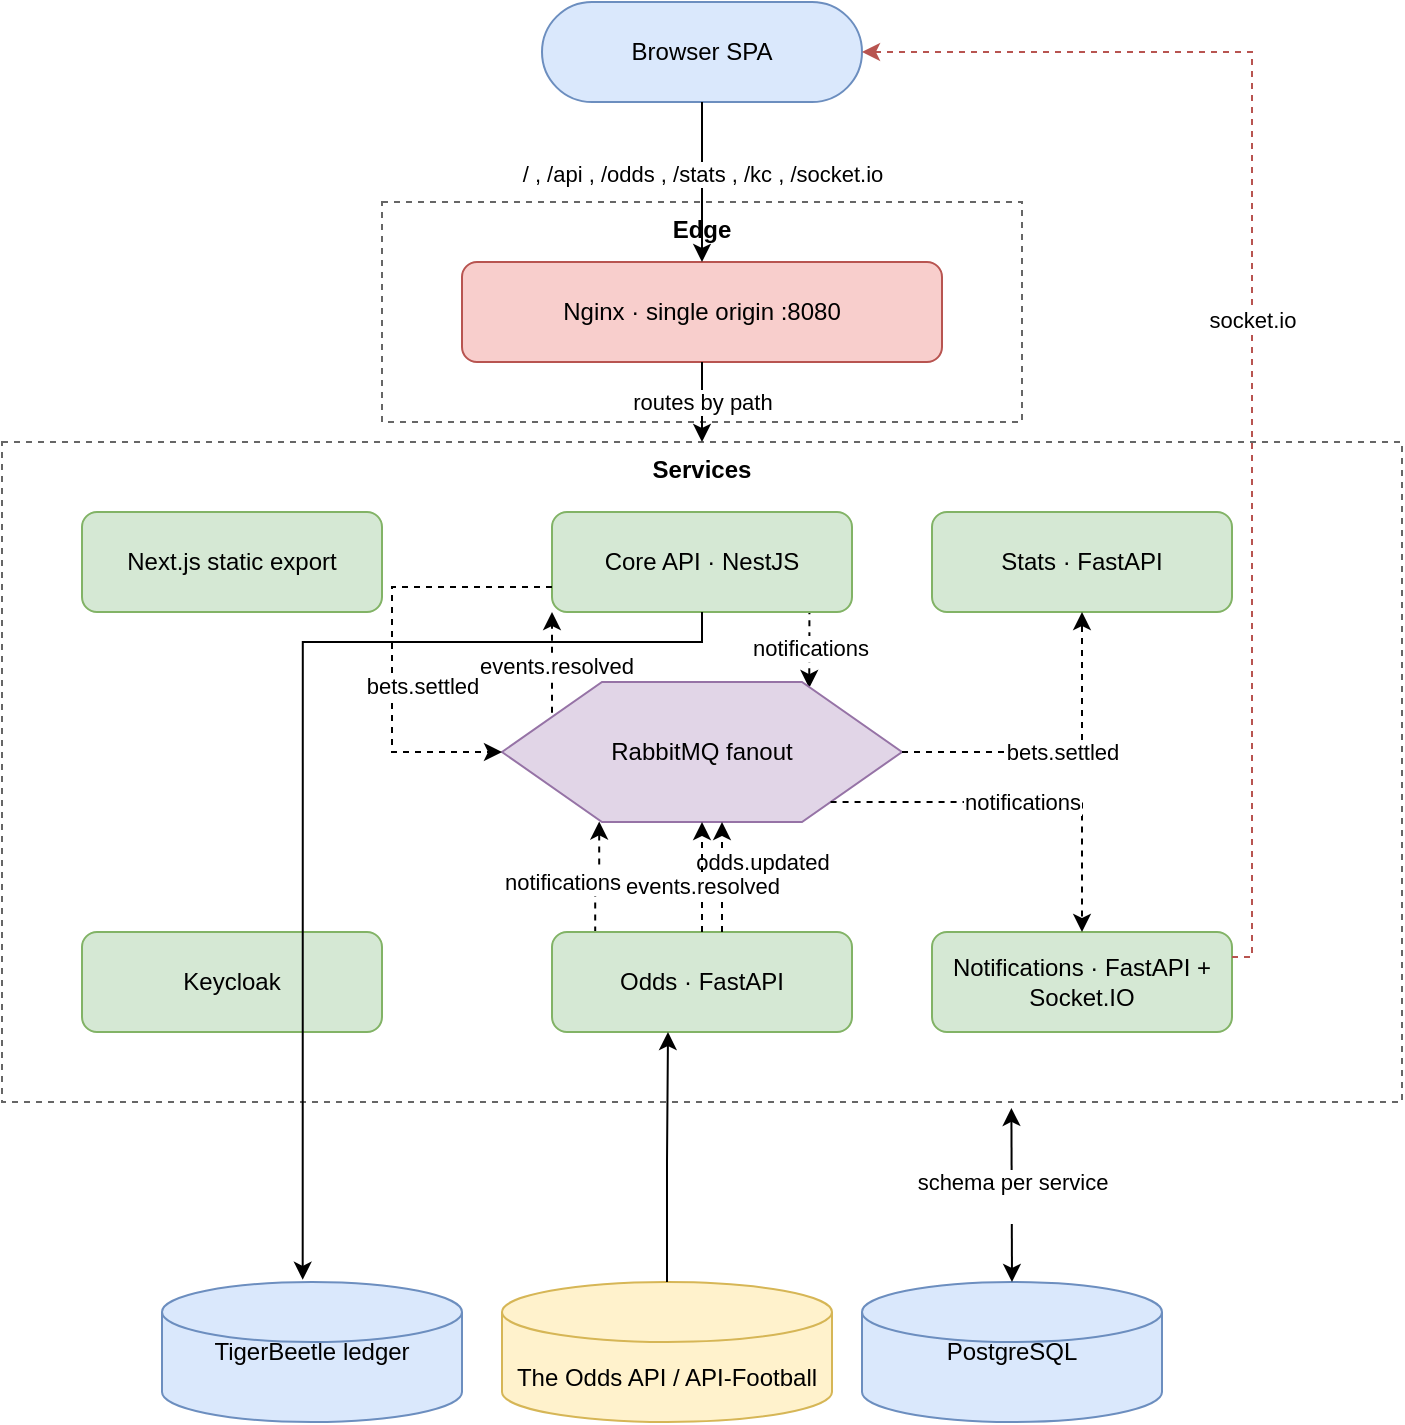
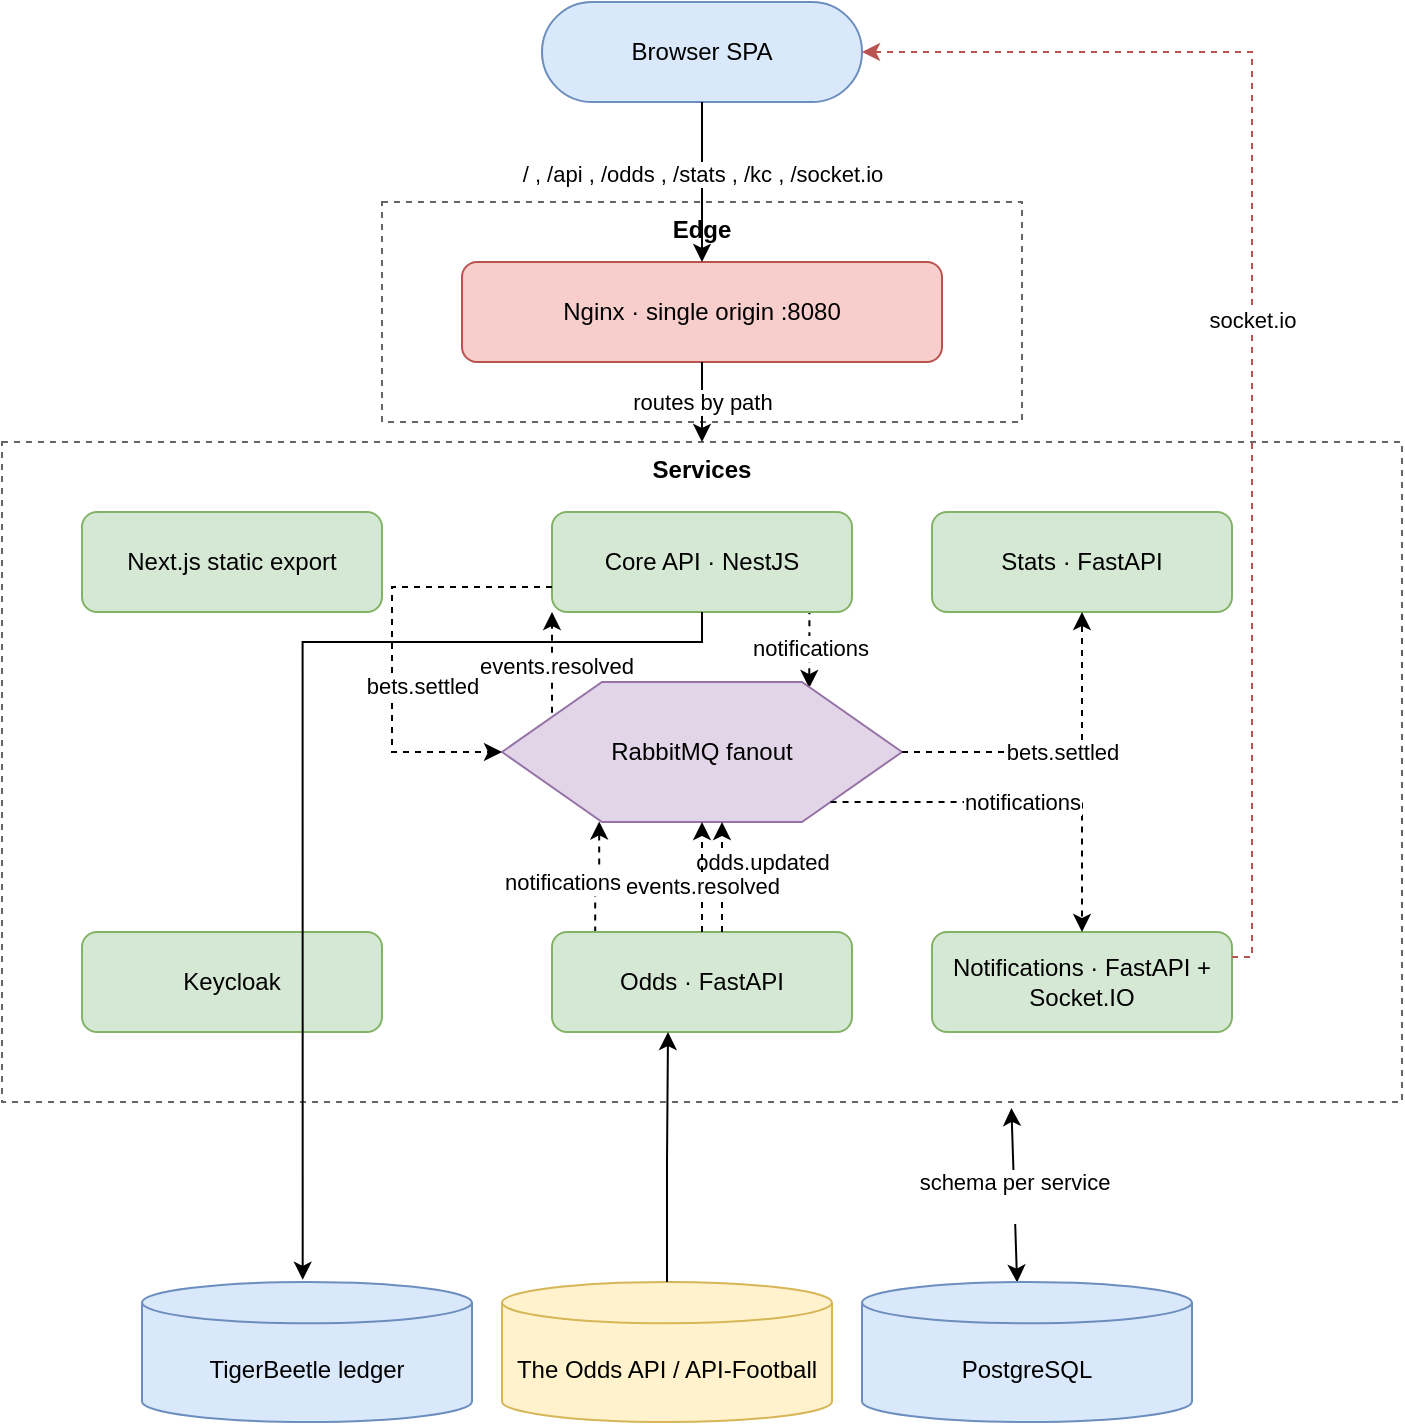
<mxfile host="app.diagrams.net" agent="Claude">
  <diagram name="Architecture" id="arch1">
-     <mxGraphModel dx="1664" dy="915" grid="1" gridSize="10" guides="1" tooltips="1" connect="1" arrows="1" fold="1" page="1" pageScale="1" pageWidth="1600" pageHeight="1100" math="0" shadow="0">
+     <mxGraphModel dx="566" dy="311" grid="1" gridSize="10" guides="1" tooltips="1" connect="1" arrows="1" fold="1" page="1" pageScale="1" pageWidth="1600" pageHeight="1100" math="0" shadow="0">
      <root>
        <mxCell id="0" />
        <mxCell id="1" parent="0" />
        <mxCell id="browser" parent="1" style="rounded=1;arcSize=50;whiteSpace=wrap;html=1;fillColor=#dae8fc;strokeColor=#6c8ebf;" value="Browser SPA" vertex="1">
          <mxGeometry height="50" width="160" x="600" y="40" as="geometry" />
        </mxCell>
        <mxCell id="edgeGroup" parent="1" style="rounded=0;whiteSpace=wrap;html=1;verticalAlign=top;fillColor=none;strokeColor=#666666;dashed=1;fontStyle=1" value="Edge" vertex="1">
          <mxGeometry height="110" width="320" x="520" y="140" as="geometry" />
        </mxCell>
        <mxCell id="nginx" parent="1" style="rounded=1;whiteSpace=wrap;html=1;fillColor=#f8cecc;strokeColor=#b85450;" value="Nginx · single origin :8080" vertex="1">
          <mxGeometry height="50" width="240" x="560" y="170" as="geometry" />
        </mxCell>
        <mxCell id="servicesGroup" parent="1" style="rounded=0;whiteSpace=wrap;html=1;verticalAlign=top;fillColor=none;strokeColor=#666666;dashed=1;fontStyle=1;recursiveResize=0;movable=0;resizable=1;" value="Services" vertex="1">
          <mxGeometry height="330" width="700" x="330" y="260" as="geometry" />
        </mxCell>
        <mxCell id="e10" edge="1" parent="servicesGroup" source="odds" style="edgeStyle=orthogonalEdgeStyle;rounded=0;html=1;dashed=1;exitX=0.144;exitY=0.006;exitDx=0;exitDy=0;exitPerimeter=0;entryX=0.243;entryY=0.996;entryDx=0;entryDy=0;entryPerimeter=0;" target="mq" value="notifications">
          <mxGeometry relative="1" x="-0.1209" y="17" as="geometry">
            <mxPoint as="offset" />
            <Array as="points" />
            <mxPoint x="450.0000000000002" y="60" as="sourcePoint" />
            <mxPoint x="455" y="140" as="targetPoint" />
          </mxGeometry>
        </mxCell>
        <mxCell id="Vqhqf5_8XMVjV51O78ap-2" edge="1" parent="servicesGroup" source="core" style="edgeStyle=orthogonalEdgeStyle;rounded=0;html=1;dashed=1;entryX=0.768;entryY=0.043;entryDx=0;entryDy=0;entryPerimeter=0;exitX=0.858;exitY=0.963;exitDx=0;exitDy=0;exitPerimeter=0;" target="mq" value="notifications">
          <mxGeometry relative="1" as="geometry">
            <Array as="points" />
            <mxPoint x="285" y="120" as="sourcePoint" />
            <mxPoint x="338" y="40" as="targetPoint" />
          </mxGeometry>
        </mxCell>
        <mxCell id="Vqhqf5_8XMVjV51O78ap-3" edge="1" parent="servicesGroup" source="mq" style="edgeStyle=orthogonalEdgeStyle;rounded=0;html=1;dashed=1;entryX=0;entryY=1;entryDx=0;entryDy=0;exitX=0.116;exitY=0.28;exitDx=0;exitDy=0;exitPerimeter=0;" target="core" value="events.resolved">
          <mxGeometry relative="1" x="0.049" y="-2" as="geometry">
            <mxPoint as="offset" />
            <Array as="points">
              <mxPoint x="275" y="140" />
            </Array>
            <mxPoint x="290" y="30" as="sourcePoint" />
            <mxPoint x="355" y="110" as="targetPoint" />
          </mxGeometry>
        </mxCell>
        <mxCell id="stats" parent="servicesGroup" style="rounded=1;whiteSpace=wrap;html=1;fillColor=#d5e8d4;strokeColor=#82b366;" value="Stats · FastAPI" vertex="1">
          <mxGeometry height="50" width="150" x="465" y="35" as="geometry" />
        </mxCell>
        <mxCell id="notif" parent="servicesGroup" style="rounded=1;whiteSpace=wrap;html=1;fillColor=#d5e8d4;strokeColor=#82b366;" value="Notifications · FastAPI + Socket.IO" vertex="1">
          <mxGeometry height="50" width="150" x="465" y="245" as="geometry" />
        </mxCell>
        <mxCell id="odds" parent="servicesGroup" style="rounded=1;whiteSpace=wrap;html=1;fillColor=#d5e8d4;strokeColor=#82b366;" value="Odds · FastAPI" vertex="1">
          <mxGeometry height="50" width="150" x="275" y="245" as="geometry" />
        </mxCell>
        <mxCell id="mq" parent="servicesGroup" style="shape=hexagon;perimeter=hexagonPerimeter2;whiteSpace=wrap;html=1;fillColor=#e1d5e7;strokeColor=#9673a6;" value="RabbitMQ fanout" vertex="1">
          <mxGeometry height="70" width="200" x="250" y="120" as="geometry" />
        </mxCell>
        <mxCell id="core" parent="servicesGroup" style="rounded=1;whiteSpace=wrap;html=1;fillColor=#d5e8d4;strokeColor=#82b366;" value="Core API · NestJS" vertex="1">
          <mxGeometry height="50" width="150" x="275" y="35" as="geometry" />
        </mxCell>
        <mxCell id="fe" parent="servicesGroup" style="rounded=1;whiteSpace=wrap;html=1;fillColor=#d5e8d4;strokeColor=#82b366;" value="Next.js static export" vertex="1">
          <mxGeometry height="50" width="150" x="40" y="35" as="geometry" />
        </mxCell>
        <mxCell id="kc" parent="servicesGroup" style="rounded=1;whiteSpace=wrap;html=1;fillColor=#d5e8d4;strokeColor=#82b366;" value="Keycloak" vertex="1">
          <mxGeometry height="50" width="150" x="40" y="245" as="geometry" />
        </mxCell>
-         <mxCell id="oddsapi" parent="1" style="shape=cylinder3;whiteSpace=wrap;html=1;fillColor=#fff2cc;strokeColor=#d6b656;boundedLbl=1;" value="The Odds API / API-Football" vertex="1">
+         <mxCell id="oddsapi" parent="1" style="shape=cylinder3;html=1;fillColor=#fff2cc;strokeColor=#d6b656;boundedLbl=1;movable=1;resizable=1;rotatable=1;deletable=1;editable=1;locked=0;connectable=1;whiteSpace=wrap;size=10.293310546874977;" value="The Odds API / API-Football" vertex="1">
          <mxGeometry height="70" width="165" x="580" y="680" as="geometry" />
-         </mxCell>
-         <mxCell id="pg" parent="1" style="shape=cylinder3;whiteSpace=wrap;html=1;fillColor=#dae8fc;strokeColor=#6c8ebf;" value="PostgreSQL" vertex="1">
-           <mxGeometry height="70" width="150" x="760" y="680" as="geometry" />
-         </mxCell>
-         <mxCell id="tb" parent="1" style="shape=cylinder3;whiteSpace=wrap;html=1;fillColor=#dae8fc;strokeColor=#6c8ebf;" value="TigerBeetle ledger" vertex="1">
-           <mxGeometry height="70" width="150" x="410" y="680" as="geometry" />
        </mxCell>
        <mxCell id="e1" edge="1" parent="1" source="browser" style="edgeStyle=orthogonalEdgeStyle;rounded=0;html=1;" target="nginx">
          <mxGeometry relative="1" as="geometry" />
        </mxCell>
        <mxCell id="e1l" connectable="0" parent="e1" style="edgeLabel;html=1;align=center;verticalAlign=middle;resizable=0;points=[];" value="/ , /api , /odds , /stats , /kc , /socket.io" vertex="1">
          <mxGeometry relative="1" x="-0.1" as="geometry">
            <mxPoint as="offset" />
          </mxGeometry>
        </mxCell>
        <mxCell id="e2" edge="1" parent="1" source="nginx" style="edgeStyle=orthogonalEdgeStyle;rounded=0;html=1;" target="servicesGroup" value="routes by path">
          <mxGeometry relative="1" as="geometry" />
        </mxCell>
        <mxCell id="e22" edge="1" parent="1" source="notif" style="edgeStyle=orthogonalEdgeStyle;rounded=0;html=1;dashed=1;strokeColor=#b85450;exitX=1;exitY=0.25;exitDx=0;exitDy=0;entryX=1;entryY=0.5;entryDx=0;entryDy=0;" target="browser" value="socket.io">
          <mxGeometry relative="1" as="geometry" />
        </mxCell>
        <mxCell id="e8" edge="1" parent="1" source="odds" style="edgeStyle=orthogonalEdgeStyle;rounded=0;html=1;dashed=1;" target="mq" value="odds.updated">
          <mxGeometry relative="1" x="0.2727" y="-20" as="geometry">
            <mxPoint as="offset" />
            <Array as="points">
              <mxPoint x="690" y="480" />
              <mxPoint x="690" y="480" />
            </Array>
          </mxGeometry>
        </mxCell>
        <mxCell id="e9" edge="1" parent="1" source="odds" style="edgeStyle=orthogonalEdgeStyle;rounded=0;html=1;dashed=1;" target="mq" value="events.resolved">
          <mxGeometry relative="1" x="-0.1708" as="geometry">
            <mxPoint as="offset" />
            <Array as="points">
              <mxPoint x="710" y="535" />
            </Array>
          </mxGeometry>
        </mxCell>
        <mxCell id="e11" edge="1" parent="1" source="core" style="edgeStyle=orthogonalEdgeStyle;rounded=0;html=1;dashed=1;exitX=0;exitY=0.75;exitDx=0;exitDy=0;" target="mq" value="bets.settled">
          <mxGeometry relative="1" x="0.1899" y="15" as="geometry">
            <mxPoint as="offset" />
            <Array as="points">
              <mxPoint x="525" y="333" />
              <mxPoint x="525" y="415" />
            </Array>
          </mxGeometry>
        </mxCell>
        <mxCell id="e14" edge="1" parent="1" source="mq" style="edgeStyle=orthogonalEdgeStyle;rounded=0;html=1;dashed=1;" target="stats" value="bets.settled">
          <mxGeometry relative="1" as="geometry" />
        </mxCell>
        <mxCell id="e15" edge="1" parent="1" source="mq" style="edgeStyle=orthogonalEdgeStyle;rounded=0;html=1;dashed=1;" target="notif" value="notifications">
          <mxGeometry relative="1" as="geometry">
            <Array as="points">
              <mxPoint x="745" y="440" />
              <mxPoint x="1055" y="440" />
            </Array>
          </mxGeometry>
        </mxCell>
        <mxCell id="e21" edge="1" parent="1" source="oddsapi" style="edgeStyle=orthogonalEdgeStyle;rounded=0;html=1;" target="odds">
          <mxGeometry relative="1" as="geometry">
            <Array as="points">
              <mxPoint x="663" y="620" />
              <mxPoint x="663" y="620" />
            </Array>
          </mxGeometry>
        </mxCell>
-         <mxCell id="Vqhqf5_8XMVjV51O78ap-1" edge="1" parent="1" source="pg" style="endArrow=classic;html=1;rounded=0;entryX=0.721;entryY=1.009;entryDx=0;entryDy=0;exitX=0.5;exitY=0;exitDx=0;exitDy=0;exitPerimeter=0;startArrow=classic;startFill=1;entryPerimeter=0;" target="servicesGroup" value="&lt;div&gt;schema per service&lt;/div&gt;&lt;div&gt;&lt;br&gt;&lt;/div&gt;">
+         <mxCell id="Vqhqf5_8XMVjV51O78ap-1" edge="1" parent="1" source="Vqhqf5_8XMVjV51O78ap-7" style="endArrow=classic;html=1;rounded=0;entryX=0.721;entryY=1.009;entryDx=0;entryDy=0;exitX=0.47;exitY=0.004;exitDx=0;exitDy=0;exitPerimeter=0;startArrow=classic;startFill=1;entryPerimeter=0;" target="servicesGroup" value="&lt;div&gt;schema per service&lt;/div&gt;&lt;div&gt;&lt;br&gt;&lt;/div&gt;">
          <mxGeometry height="50" relative="1" width="50" as="geometry">
            <Array as="points" />
-             <mxPoint x="740" y="370" as="sourcePoint" />
+             <mxPoint x="835" y="680" as="sourcePoint" />
            <mxPoint x="790" y="320" as="targetPoint" />
          </mxGeometry>
        </mxCell>
-         <mxCell id="e20" edge="1" parent="1" source="core" style="edgeStyle=orthogonalEdgeStyle;rounded=0;html=1;entryX=0.469;entryY=-0.016;entryDx=0;entryDy=0;entryPerimeter=0;" target="tb">
+         <mxCell id="e20" edge="1" parent="1" source="core" style="edgeStyle=orthogonalEdgeStyle;rounded=0;html=1;entryX=0.469;entryY=-0.016;entryDx=0;entryDy=0;entryPerimeter=0;">
          <mxGeometry relative="1" as="geometry">
            <Array as="points">
              <mxPoint x="680" y="360" />
              <mxPoint x="480" y="360" />
            </Array>
-             <mxPoint x="375" y="680" as="targetPoint" />
+             <mxPoint x="480.3499999999999" y="678.8799999999999" as="targetPoint" />
          </mxGeometry>
+         </mxCell>
+         <mxCell id="Vqhqf5_8XMVjV51O78ap-6" parent="1" style="shape=cylinder3;html=1;fillColor=#dae8fc;strokeColor=#6c8ebf;boundedLbl=1;movable=1;resizable=1;rotatable=1;deletable=1;editable=1;locked=0;connectable=1;whiteSpace=wrap;size=10.293310546874977;" value="&lt;div&gt;TigerBeetle ledger&lt;/div&gt;" vertex="1">
+           <mxGeometry height="70" width="165" x="400" y="680" as="geometry" />
+         </mxCell>
+         <mxCell id="Vqhqf5_8XMVjV51O78ap-7" parent="1" style="shape=cylinder3;html=1;fillColor=#dae8fc;strokeColor=#6c8ebf;boundedLbl=1;movable=1;resizable=1;rotatable=1;deletable=1;editable=1;locked=0;connectable=1;whiteSpace=wrap;size=10.293310546874977;" value="PostgreSQL" vertex="1">
+           <mxGeometry height="70" width="165" x="760" y="680" as="geometry" />
        </mxCell>
      </root>
    </mxGraphModel>
  </diagram>
</mxfile>
